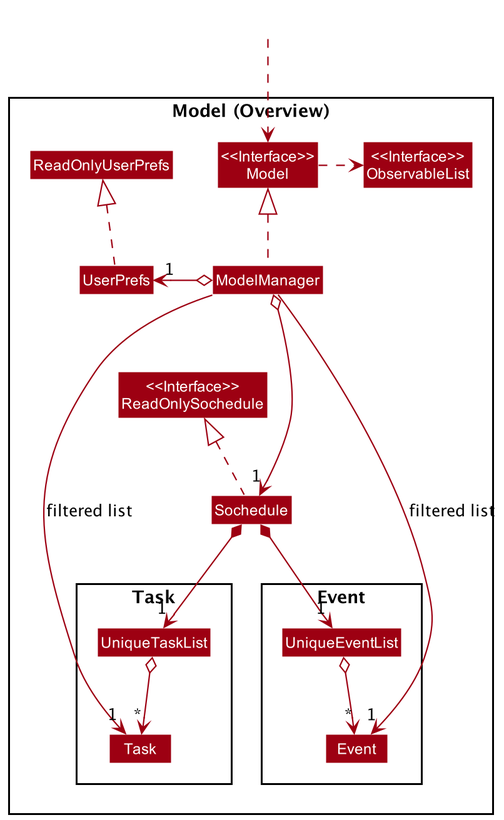
Earlier version of the PlantUML export docs/images/ModelClassDiagram.png (nus-cs2103-AY2021S2/tp).
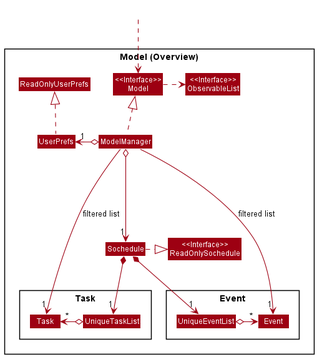
Later version of the same file.

Commit message:
Updated design considerations to tabels and shrink model class diagram

What changed in the source:
```diff
@@ -27,20 +27,20 @@
 Class HiddenOutside #FFFFFF
 HiddenOutside ..> "<<Interface>>\nModel"
 
-Sochedule .up.|> "<<Interface>>\nReadOnlySochedule"
 
 ModelManager .up.|> "<<Interface>>\nModel"
 "<<Interface>>\nModel" .right.> "<<Interface>>\nObservableList"
 ModelManager o--> "1" Sochedule
 ModelManager o-left-> "1" UserPrefs
 UserPrefs .up.|> ReadOnlyUserPrefs
+Sochedule .right.|> "<<Interface>>\nReadOnlySochedule"
 
 Sochedule *--> "1" UniqueTaskList
-UniqueTaskList o--> "*" Task
+UniqueTaskList o-left-> "*" Task
 
 Sochedule *--> "1" UniqueEventList
-UniqueEventList o--> "*" Event
+UniqueEventList o-right-> "*" Event
 
-ModelManager ----->"1" Task : "filtered list"
-ModelManager ----->"1" Event : "filtered list"
+ModelManager ---->"1" Task : "filtered list"
+ModelManager ---->"1" Event : "filtered list"
 @enduml
```
